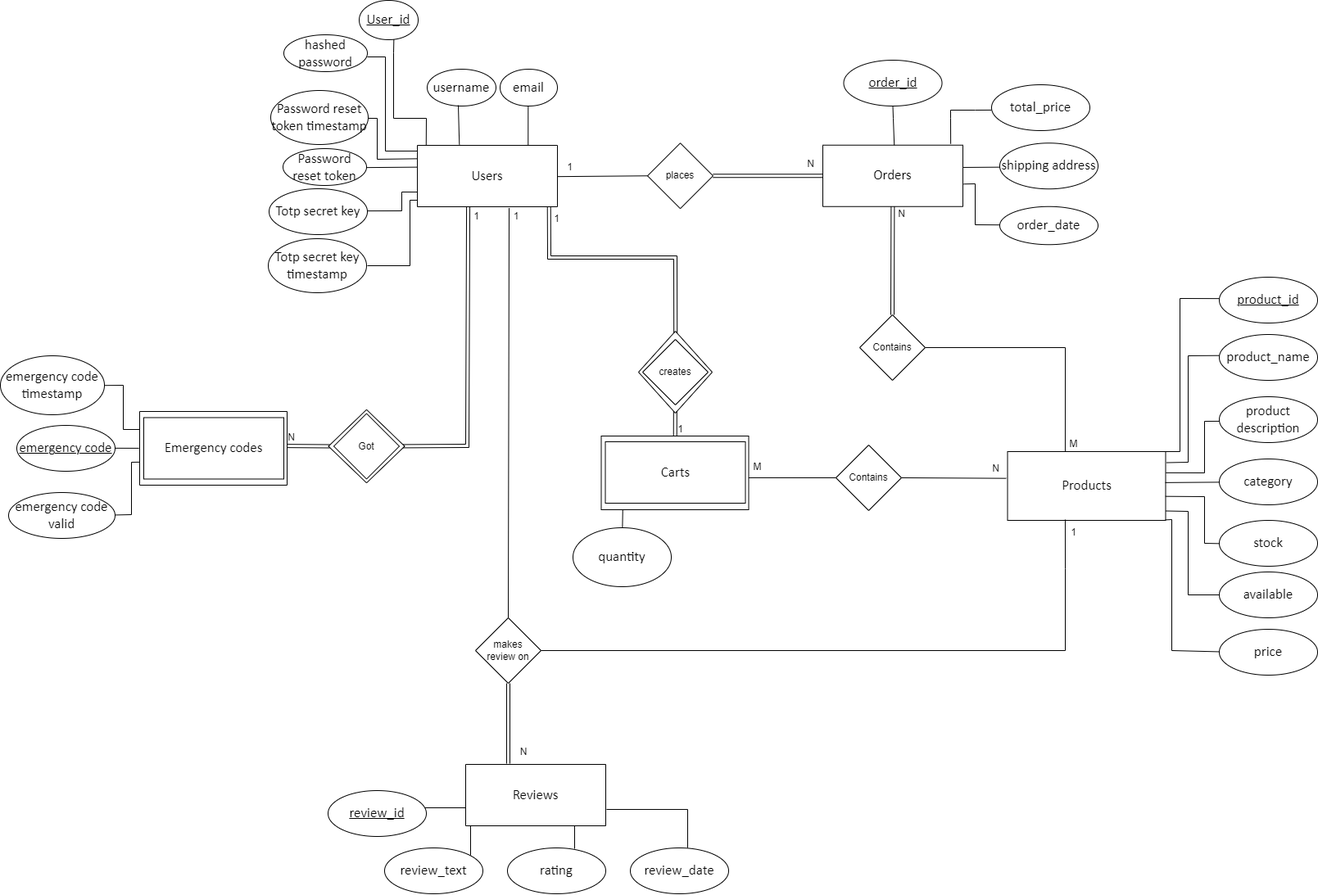
Earlier version of the draw.io export DER.png (tiagosf13/BD-Project). Source tidied: cells renumbered, new cells last; positions are measured from the earlier drawing's top-left corner, leaving out a move shared by most shapes.
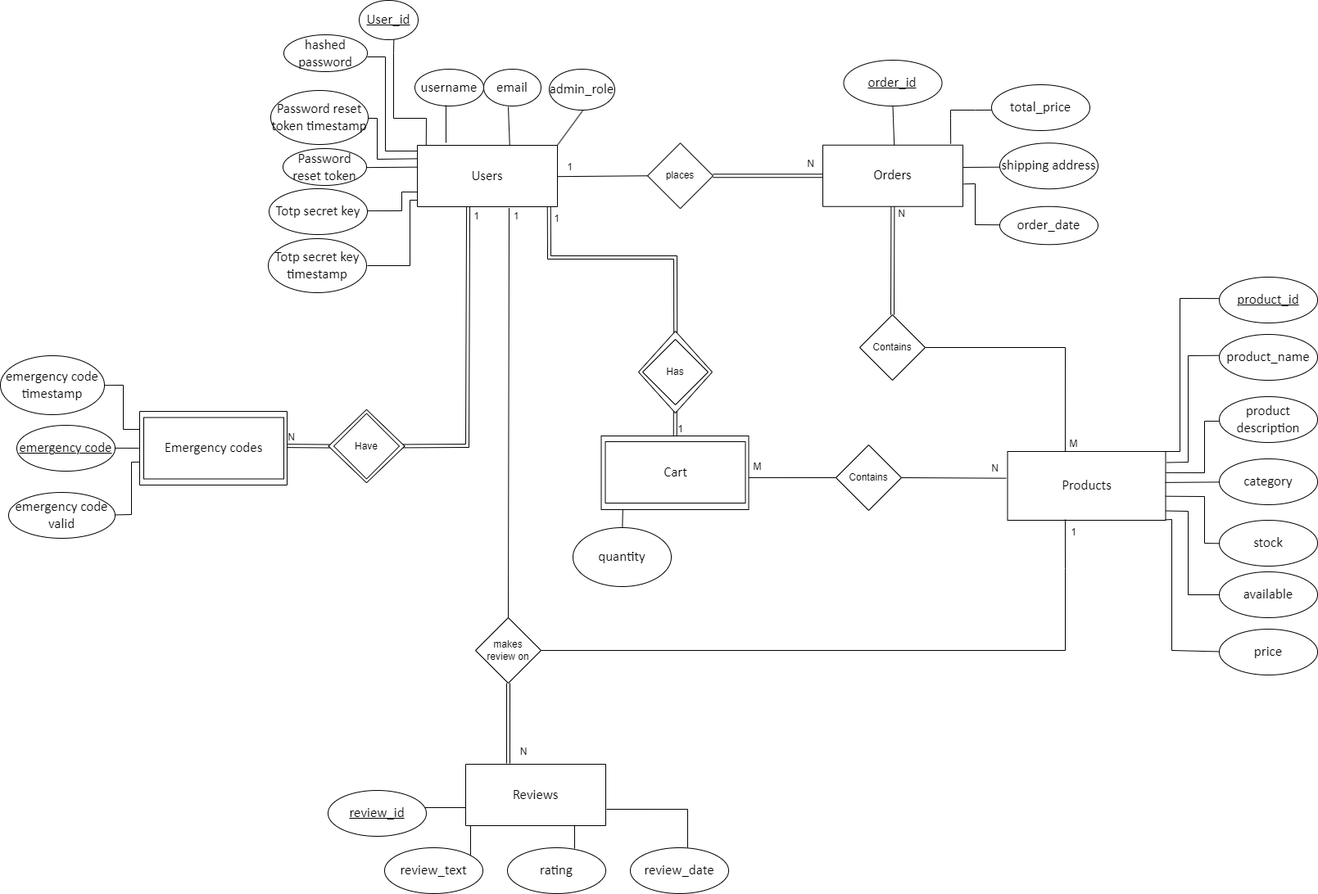
Above is the later version.

Change to the diagram source:
```diff
@@ -14,7 +14,7 @@
     <mxCell id="5" style="rhombus;whiteSpace=wrap;html=1;" parent="1" vertex="1">
       <mxGeometry x="400.5" y="499.8" width="93" height="89.5" as="geometry" />
     </mxCell>
-    <mxCell id="6" value="&lt;div style=&quot;font-size: 1px&quot;&gt;&lt;font style=&quot;font-size:16.93px;font-family:Calibri;color:#000000;direction:ltr;letter-spacing:0px;line-height:120%;opacity:1&quot;&gt;Carts&lt;br/&gt;&lt;/font&gt;&lt;/div&gt;" style="verticalAlign=middle;align=center;overflow=width;vsdxID=6;fillColor=#FFFFFF;gradientColor=none;shape=(stored shape, 160 characters);labelBackgroundColor=none;rounded=0;html=1;whiteSpace=wrap;" parent="1" vertex="1">
+    <mxCell id="6" value="&lt;div style=&quot;font-size: 1px&quot;&gt;&lt;font style=&quot;font-size:16.93px;font-family:Calibri;color:#000000;direction:ltr;letter-spacing:0px;line-height:120%;opacity:1&quot;&gt;Cart&lt;br&gt;&lt;/font&gt;&lt;/div&gt;" style="verticalAlign=middle;align=center;overflow=width;vsdxID=6;fillColor=#FFFFFF;gradientColor=none;shape=(stored shape, 160 characters);labelBackgroundColor=none;rounded=0;html=1;whiteSpace=wrap;" parent="1" vertex="1">
       <mxGeometry x="738.5" y="539" width="171" height="75" as="geometry" />
     </mxCell>
     <mxCell id="7" value="&lt;div style=&quot;font-size: 1px&quot;&gt;&lt;font style=&quot;font-size:16.93px;font-family:Calibri;color:#000000;direction:ltr;letter-spacing:0px;line-height:120%;opacity:1&quot;&gt;Users&lt;br/&gt;&lt;/font&gt;&lt;/div&gt;" style="verticalAlign=middle;align=center;overflow=width;vsdxID=1;fillColor=#FFFFFF;gradientColor=none;shape=(stored shape, 160 characters);points=[];labelBackgroundColor=none;rounded=0;html=1;whiteSpace=wrap;" parent="1" vertex="1">
@@ -36,7 +36,7 @@
       <mxGeometry x="438" width="72" height="48" as="geometry" />
     </mxCell>
     <mxCell id="13" value="&lt;div style=&quot;font-size: 1px&quot;&gt;&lt;font style=&quot;font-size:16.93px;font-family:Calibri;color:#000000;direction:ltr;letter-spacing:0px;line-height:120%;opacity:1&quot;&gt;username&lt;br/&gt;&lt;/font&gt;&lt;/div&gt;" style="verticalAlign=middle;align=center;overflow=width;vsdxID=9;fillColor=#FFFFFF;gradientColor=none;shape=(stored shape, 216 characters);points=[];labelBackgroundColor=none;rounded=0;html=1;whiteSpace=wrap;" parent="1" vertex="1">
-      <mxGeometry x="521" y="84" width="84" height="45" as="geometry" />
+      <mxGeometry x="506" y="84" width="84" height="45" as="geometry" />
     </mxCell>
     <mxCell id="14" value="&lt;div style=&quot;font-size: 1px&quot;&gt;&lt;font style=&quot;font-size:16.93px;font-family:Calibri;color:#000000;direction:ltr;letter-spacing:0px;line-height:120%;opacity:1&quot;&gt;hashed password&lt;br/&gt;&lt;/font&gt;&lt;/div&gt;" style="verticalAlign=middle;align=center;overflow=width;vsdxID=10;fillColor=#FFFFFF;gradientColor=none;shape=(stored shape, 216 characters);points=[];labelBackgroundColor=none;rounded=0;html=1;whiteSpace=wrap;" parent="1" vertex="1">
       <mxGeometry x="346" y="42" width="102" height="45" as="geometry" />
@@ -48,7 +48,7 @@
       <mxGeometry x="330" y="110" width="119" height="66" as="geometry" />
     </mxCell>
     <mxCell id="17" value="&lt;div style=&quot;font-size: 1px&quot;&gt;&lt;font style=&quot;font-size:16.93px;font-family:Calibri;color:#000000;direction:ltr;letter-spacing:0px;line-height:120%;opacity:1&quot;&gt;email&lt;br/&gt;&lt;/font&gt;&lt;/div&gt;" style="verticalAlign=middle;align=center;overflow=width;vsdxID=13;fillColor=#FFFFFF;gradientColor=none;shape=(stored shape, 216 characters);points=[];labelBackgroundColor=none;rounded=0;html=1;whiteSpace=wrap;" parent="1" vertex="1">
-      <mxGeometry x="610" y="84" width="70" height="45" as="geometry" />
+      <mxGeometry x="590" y="84" width="70" height="45" as="geometry" />
     </mxCell>
     <mxCell id="18" value="&lt;div style=&quot;font-size: 1px&quot;&gt;&lt;font style=&quot;font-size:16.93px;font-family:Calibri;color:#000000;direction:ltr;letter-spacing:0px;line-height:120%;opacity:1&quot;&gt;Totp secret key&lt;br/&gt;&lt;/font&gt;&lt;/div&gt;" style="verticalAlign=middle;align=center;overflow=width;vsdxID=14;fillColor=#FFFFFF;gradientColor=none;shape=(stored shape, 216 characters);points=[];labelBackgroundColor=none;rounded=0;html=1;whiteSpace=wrap;" parent="1" vertex="1">
       <mxGeometry x="328" y="230" width="120" height="56" as="geometry" />
@@ -139,8 +139,9 @@
     <mxCell id="43" style="vsdxID=48;edgeStyle=none;startArrow=none;endArrow=none;startSize=9;endSize=9;spacingTop=0;spacingBottom=0;spacingLeft=0;spacingRight=0;verticalAlign=middle;html=1;labelBackgroundColor=#ffffff;rounded=0;exitX=0.9833333333333333;exitY=0.375;exitDx=0;exitDy=0;exitPerimeter=0;entryX=0;entryY=0.7066666666666667;entryDx=0;entryDy=0;entryPerimeter=0;" parent="1" edge="1" source="20" target="11">
       <mxGeometry relative="1" as="geometry" />
     </mxCell>
-    <mxCell id="44" style="vsdxID=46;edgeStyle=none;startArrow=none;endArrow=none;startSize=9;endSize=9;spacingTop=0;spacingBottom=0;spacingLeft=0;spacingRight=0;verticalAlign=middle;html=1;labelBackgroundColor=#ffffff;rounded=0;exitX=0.452;exitY=0.978;exitDx=0;exitDy=0;exitPerimeter=0;entryX=0.3;entryY=-0.013;entryDx=0;entryDy=0;entryPerimeter=0;" parent="1" edge="1" source="13" target="7">
+    <mxCell id="44" style="vsdxID=46;edgeStyle=none;startArrow=none;endArrow=none;startSize=9;endSize=9;spacingTop=0;spacingBottom=0;spacingLeft=0;spacingRight=0;verticalAlign=middle;html=1;labelBackgroundColor=#ffffff;rounded=0;exitX=0.452;exitY=0.978;exitDx=0;exitDy=0;exitPerimeter=0;" parent="1" edge="1" source="13">
       <mxGeometry relative="1" as="geometry">
+        <mxPoint x="544" y="174" as="targetPoint" />
         <mxPoint x="10" as="offset" />
       </mxGeometry>
     </mxCell>
@@ -189,8 +190,11 @@
     <mxCell id="50" style="endArrow=none;html=1;rounded=0;exitX=1.001;exitY=0.514;exitDx=0;exitDy=0;exitPerimeter=0;entryX=0;entryY=0.355;entryDx=0;entryDy=0;entryPerimeter=0;" parent="1" edge="1" source="15" target="7">
       <mxGeometry relative="1" as="geometry" />
     </mxCell>
-    <mxCell id="51" style="endArrow=none;html=1;rounded=0;entryX=0.49;entryY=1.015;entryDx=0;entryDy=0;entryPerimeter=0;exitX=0.791;exitY=0;exitDx=0;exitDy=0;exitPerimeter=0;" parent="1" edge="1" source="7" target="17">
-      <mxGeometry relative="1" as="geometry" />
+    <mxCell id="51" style="endArrow=none;html=1;rounded=0;exitX=0.642;exitY=0.007;exitDx=0;exitDy=0;exitPerimeter=0;" parent="1" edge="1">
+      <mxGeometry relative="1" as="geometry">
+        <mxPoint x="621.8" y="177.5" as="sourcePoint" />
+        <mxPoint x="620" y="130" as="targetPoint" />
+      </mxGeometry>
     </mxCell>
     <mxCell id="52" value="places" style="rhombus;whiteSpace=wrap;html=1;" parent="1" vertex="1">
       <mxGeometry x="790" y="174.2" width="80" height="80" as="geometry" />
@@ -304,7 +308,7 @@
     <mxCell id="72" value="N" style="text;html=1;align=center;verticalAlign=middle;strokeColor=none;fillColor=none;" parent="1" vertex="1">
       <mxGeometry x="1085" y="246" width="30" height="30" as="geometry" />
     </mxCell>
-    <mxCell id="73" value="Got" style="rhombus;whiteSpace=wrap;html=1;" parent="1" vertex="1">
+    <mxCell id="73" value="Have" style="rhombus;whiteSpace=wrap;html=1;" parent="1" vertex="1">
       <mxGeometry x="407" y="504.5" width="80" height="80" as="geometry" />
     </mxCell>
     <mxCell id="74" style="endArrow=none;html=1;rounded=0;entryX=1;entryY=0.503;entryDx=0;entryDy=0;entryPerimeter=0;" parent="1" edge="1" target="37">
@@ -343,7 +347,7 @@
     <mxCell id="80" value="1" style="text;html=1;align=center;verticalAlign=middle;strokeColor=none;fillColor=none;" parent="1" vertex="1">
       <mxGeometry x="566" y="249" width="30" height="30" as="geometry" />
     </mxCell>
-    <mxCell id="81" value="creates" style="rhombus;whiteSpace=wrap;html=1;" parent="1" vertex="1">
+    <mxCell id="81" value="Has" style="rhombus;whiteSpace=wrap;html=1;" parent="1" vertex="1">
       <mxGeometry x="784" y="414" width="80" height="80" as="geometry" />
     </mxCell>
     <mxCell id="82" style="shape=link;html=1;rounded=0;entryX=0.496;entryY=-0.005;entryDx=0;entryDy=0;entryPerimeter=0;exitX=0.498;exitY=0.977;exitDx=0;exitDy=0;exitPerimeter=0;" parent="1" edge="1" source="3">
@@ -406,5 +410,11 @@
     <mxCell id="97" value="N" style="text;html=1;align=center;verticalAlign=middle;strokeColor=none;fillColor=none;" parent="1" vertex="1">
       <mxGeometry x="1199.5" y="557" width="30" height="30" as="geometry" />
     </mxCell>
+    <mxCell id="98" value="&lt;div style=&quot;font-size: 1px&quot;&gt;&lt;font style=&quot;font-size:16.93px;font-family:Calibri;color:#000000;direction:ltr;letter-spacing:0px;line-height:120%;opacity:1&quot;&gt;admin_role&lt;br&gt;&lt;/font&gt;&lt;/div&gt;" style="verticalAlign=middle;align=center;overflow=width;vsdxID=13;fillColor=#FFFFFF;gradientColor=none;shape=(stored shape, 216 characters);points=[];labelBackgroundColor=none;rounded=0;html=1;whiteSpace=wrap;" parent="1" vertex="1">
+      <mxGeometry x="670" y="84" width="80" height="50" as="geometry" />
+    </mxCell>
+    <mxCell id="99" style="endArrow=none;html=1;rounded=0;entryX=0.512;entryY=1.011;entryDx=0;entryDy=0;entryPerimeter=0;exitX=0.997;exitY=0.007;exitDx=0;exitDy=0;exitPerimeter=0;" parent="1" edge="1" source="7" target="98">
+      <mxGeometry relative="1" as="geometry" />
+    </mxCell>
   </root>
 </mxGraphModel>
```
